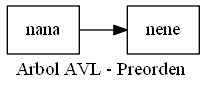
Before: EDD_Proyecto2/Reportes/ArbolPreorden.png, a diagram exported from Graphviz (hr9457/EDD_1S2020_PY2_201314296). Its source is kept beside it as EDD_Proyecto2/ArchivosDot/ArbolPreorden.dot.
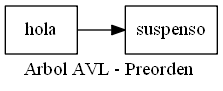
Above is the later version.

Diff of the diagram source:
```diff
@@ -1,8 +1,8 @@
 digraph arbolpreorden {
 node [shape = record];
 rankdir=LR;
-nodo0[label="nana"];
-nodo1[label="nene"];
+nodo0[label="hola"];
+nodo1[label="suspenso"];
 nodo0->nodo1;
 label = "Arbol AVL - Preorden "
 }
```
